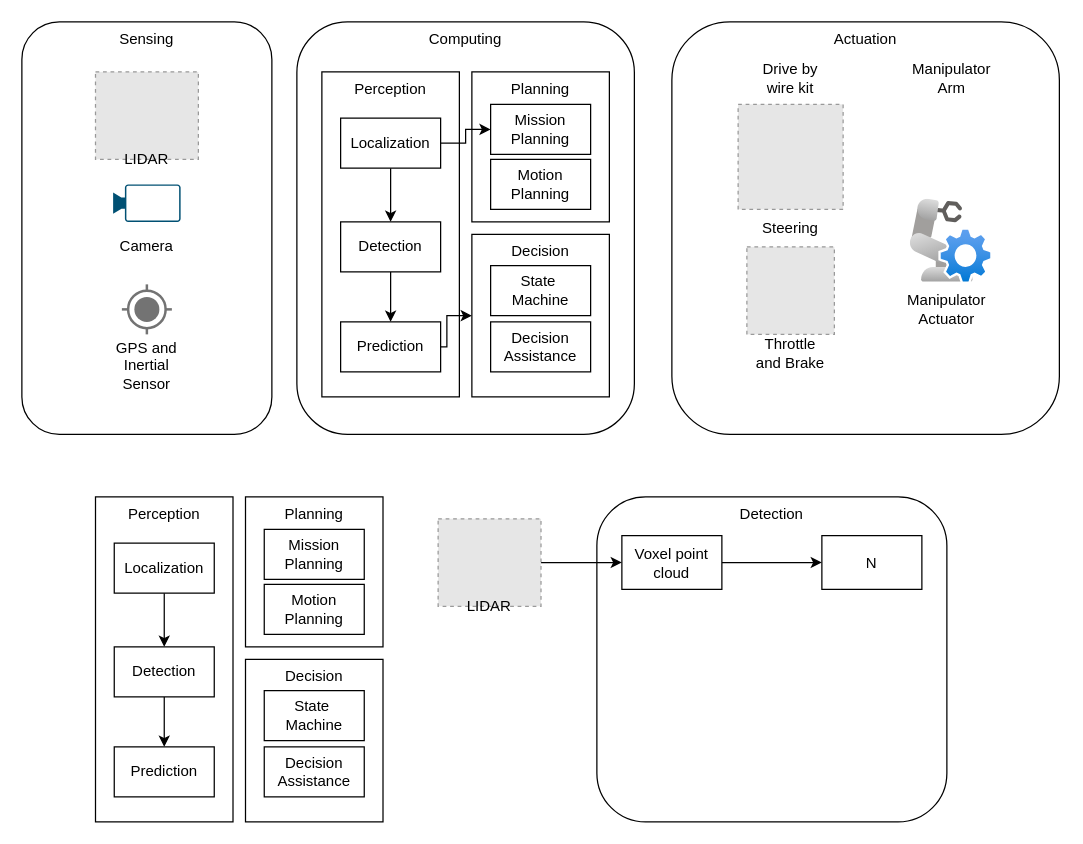
samiframadhan/drawio keeps this draw.io diagram as ADAS Hardware.drawio. Above is the earlier version. Source tidied: cells renumbered, new cells numbered last; positions are measured from the earlier drawing's top-left corner, leaving out a move shared by most shapes. Both pictures are drawn from the tidied source at 125%, with x=0, y=0 at pixel (21, 21). Pictures stored in the file or linked from it are replaced by grey dashed boxes.
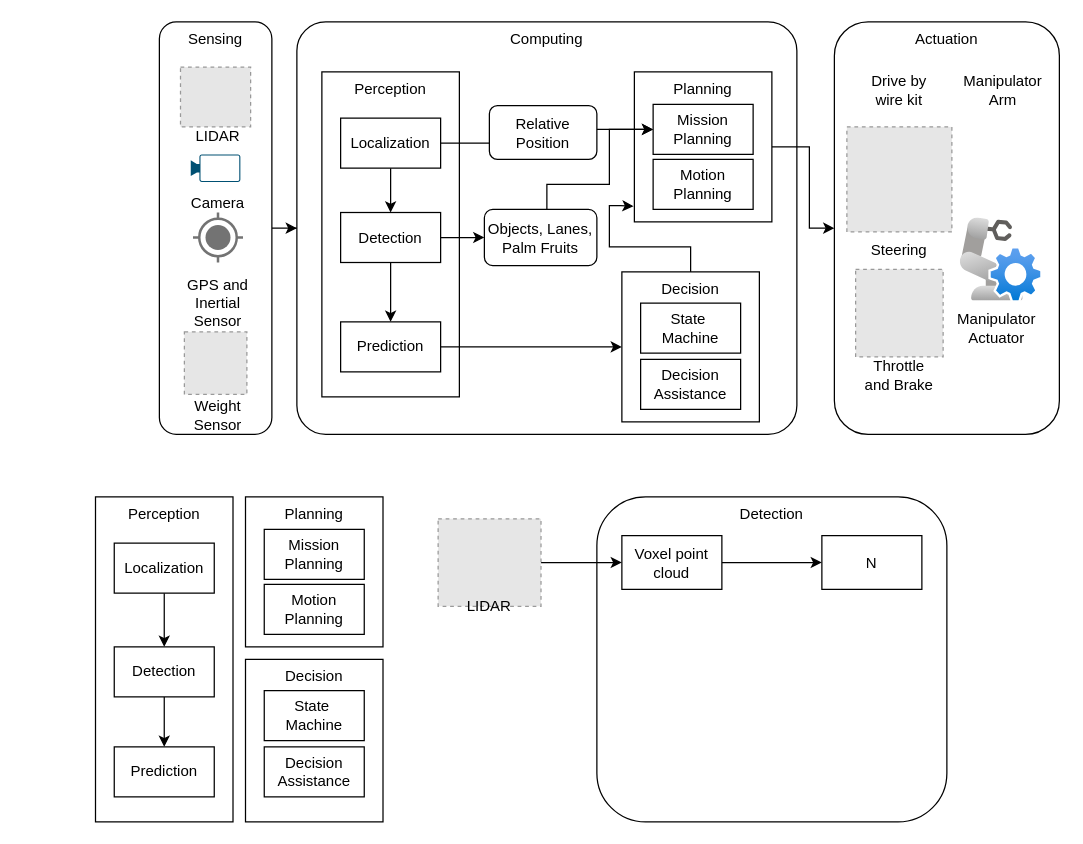
The same diagram, later.

The change refers to these unchanged cells:
```xml
<mxCell id="21" value="Prediction" style="rounded=0;whiteSpace=wrap;html=1;" parent="1" vertex="1">
  <mxGeometry x="255" y="240" width="80" height="40" as="geometry" />
</mxCell>
```

The edit, as a diff of the source:
```diff
@@
+    <mxCell id="52" style="edgeStyle=orthogonalEdgeStyle;rounded=0;jettySize=auto;html=1;entryX=0;entryY=0.5;entryDx=0;entryDy=0;" parent="1" edge="1" source="2" target="3">
+      <mxGeometry relative="1" as="geometry" />
+    </mxCell>
     <mxCell id="2" value="Sensing" style="rounded=1;whiteSpace=wrap;html=1;verticalAlign=top;" parent="1" vertex="1">
-      <mxGeometry width="200" height="330" as="geometry" />
+      <mxGeometry x="110" width="90" height="330" as="geometry" />
     </mxCell>
-    <mxCell id="3" value="Computing" style="rounded=1;whiteSpace=wrap;html=1;verticalAlign=top;" parent="1" vertex="1">
-      <mxGeometry x="220" width="270" height="330" as="geometry" />
+    <mxCell id="3" value="Computing" style="rounded=1;whiteSpace=wrap;html=1;verticalAlign=top;arcSize=7;" parent="1" vertex="1">
+      <mxGeometry x="220" width="400" height="330" as="geometry" />
     </mxCell>
     <mxCell id="4" value="Actuation" style="rounded=1;whiteSpace=wrap;html=1;verticalAlign=top;" parent="1" vertex="1">
-      <mxGeometry x="520" width="310" height="330" as="geometry" />
+      <mxGeometry x="650" width="180" height="330" as="geometry" />
     </mxCell>
     <mxCell id="5" style="fillColor=#E6E6E6;strokeColor=#999999;dashed=1;verticalLabelPosition=bottom;verticalAlign=top;" parent="1" vertex="1">
-      <mxGeometry x="58.9" y="40" width="82.3" height="70" as="geometry" />
+      <mxGeometry x="126.9" y="36.2" width="56.1" height="47.8" as="geometry" />
     </mxCell>
     <mxCell id="6" style="verticalLabelPosition=bottom;sketch=0;html=1;verticalAlign=top;align=center;shape=mxgraph.cisco19.camera;fillColor=#005073;strokeColor=none;" parent="1" vertex="1">
-      <mxGeometry x="73" y="130" width="54" height="30" as="geometry" />
+      <mxGeometry x="135.1" y="106" width="39.7" height="22.1" as="geometry" />
     </mxCell>
@@
+    <mxCell id="53" style="edgeStyle=orthogonalEdgeStyle;rounded=0;jettySize=auto;html=1;" parent="1" edge="1" source="8" target="4">
+      <mxGeometry relative="1" as="geometry">
+        <Array as="points">
+          <mxPoint x="630" y="100" />
+          <mxPoint x="630" y="165" />
+        </Array>
+      </mxGeometry>
+    </mxCell>
     <mxCell id="8" value="Planning" style="rounded=0;whiteSpace=wrap;html=1;verticalAlign=top;" parent="1" vertex="1">
-      <mxGeometry x="360" y="40" width="110" height="120" as="geometry" />
+      <mxGeometry x="490" y="40" width="110" height="120" as="geometry" />
     </mxCell>
+    <mxCell id="54" style="edgeStyle=orthogonalEdgeStyle;rounded=0;jettySize=auto;html=1;entryX=-0.006;entryY=0.895;entryDx=0;entryDy=0;entryPerimeter=0;" parent="1" edge="1" source="9" target="8">
+      <mxGeometry relative="1" as="geometry">
+        <Array as="points">
+          <mxPoint x="535" y="180" />
+          <mxPoint x="470" y="180" />
+          <mxPoint x="470" y="147" />
+          <mxPoint x="479" y="147" />
+        </Array>
+      </mxGeometry>
+    </mxCell>
     <mxCell id="9" value="Decision" style="rounded=0;whiteSpace=wrap;html=1;verticalAlign=top;" parent="1" vertex="1">
-      <mxGeometry x="360" y="170" width="110" height="130" as="geometry" />
+      <mxGeometry x="480" y="200" width="110" height="120" as="geometry" />
     </mxCell>
     <mxCell id="10" style="fillColor=#E6E6E6;strokeColor=#999999;dashed=1;verticalLabelPosition=bottom;verticalAlign=top;" parent="1" vertex="1">
-      <mxGeometry x="573" y="66" width="84" height="84" as="geometry" />
+      <mxGeometry x="660" y="84" width="84" height="84" as="geometry" />
     </mxCell>
     <mxCell id="11" style="fillColor=#E6E6E6;strokeColor=#999999;dashed=1;verticalLabelPosition=bottom;verticalAlign=top;" parent="1" vertex="1">
-      <mxGeometry x="580" y="180" width="70" height="70" as="geometry" />
+      <mxGeometry x="667" y="198" width="70" height="70" as="geometry" />
     </mxCell>
     <mxCell id="12" value="Drive by wire kit" style="text;html=1;align=center;verticalAlign=middle;whiteSpace=wrap;rounded=0;" parent="1" vertex="1">
-      <mxGeometry x="585" y="30" width="60" height="30" as="geometry" />
+      <mxGeometry x="672" y="40" width="60" height="30" as="geometry" />
     </mxCell>
     <mxCell id="13" value="LIDAR" style="text;html=1;align=center;verticalAlign=middle;whiteSpace=wrap;rounded=0;" parent="1" vertex="1">
-      <mxGeometry x="70" y="95" width="60" height="30" as="geometry" />
+      <mxGeometry x="126.9" y="77" width="60" height="30" as="geometry" />
     </mxCell>
     <mxCell id="14" value="Camera" style="text;html=1;align=center;verticalAlign=middle;whiteSpace=wrap;rounded=0;" parent="1" vertex="1">
-      <mxGeometry x="70" y="165" width="60" height="30" as="geometry" />
+      <mxGeometry x="126.9" y="130" width="60" height="30" as="geometry" />
     </mxCell>
@@
+    <mxCell id="55" style="edgeStyle=orthogonalEdgeStyle;rounded=0;jettySize=auto;html=1;entryX=0;entryY=0.5;entryDx=0;entryDy=0;" parent="1" edge="1" source="19" target="57">
+      <mxGeometry relative="1" as="geometry" />
+    </mxCell>
     <mxCell id="19" value="Detection" style="rounded=0;whiteSpace=wrap;html=1;" parent="1" vertex="1">
-      <mxGeometry x="255" y="160" width="80" height="40" as="geometry" />
+      <mxGeometry x="255" y="152.5" width="80" height="40" as="geometry" />
     </mxCell>
     <mxCell id="20" style="edgeStyle=orthogonalEdgeStyle;rounded=0;jettySize=auto;html=1;entryX=0;entryY=0.5;entryDx=0;entryDy=0;" parent="1" edge="1" source="21" target="9">
       <mxGeometry relative="1" as="geometry">
         <Array as="points">
-          <mxPoint x="340" y="260" />
-          <mxPoint x="340" y="235" />
+          <mxPoint x="360" y="260" />
+          <mxPoint x="360" y="260" />
         </Array>
       </mxGeometry>
     </mxCell>
@@
     <mxCell id="22" value="Mission Planning" style="rounded=0;whiteSpace=wrap;html=1;" parent="1" vertex="1">
-      <mxGeometry x="375" y="66" width="80" height="40" as="geometry" />
+      <mxGeometry x="505" y="66" width="80" height="40" as="geometry" />
     </mxCell>
     <mxCell id="23" value="Motion Planning" style="rounded=0;whiteSpace=wrap;html=1;" parent="1" vertex="1">
-      <mxGeometry x="375" y="110" width="80" height="40" as="geometry" />
+      <mxGeometry x="505" y="110" width="80" height="40" as="geometry" />
     </mxCell>
     <mxCell id="24" value="Steering" style="text;html=1;align=center;verticalAlign=middle;whiteSpace=wrap;rounded=0;" parent="1" vertex="1">
-      <mxGeometry x="585" y="150" width="60" height="30" as="geometry" />
+      <mxGeometry x="672" y="168" width="60" height="30" as="geometry" />
     </mxCell>
     <mxCell id="25" value="Throttle and Brake" style="text;html=1;align=center;verticalAlign=middle;whiteSpace=wrap;rounded=0;" parent="1" vertex="1">
-      <mxGeometry x="585" y="250" width="60" height="30" as="geometry" />
+      <mxGeometry x="672" y="268" width="60" height="30" as="geometry" />
     </mxCell>
     <mxCell id="26" style="html=1;dashed=0;verticalLabelPosition=bottom;verticalAlign=top;align=center;shape=mxgraph.gmdl.gps;strokeColor=#737373;fillColor=#737373;shadow=0;strokeWidth=2;sketch=0;" parent="1" vertex="1">
-      <mxGeometry x="80" y="210" width="40" height="40" as="geometry" />
+      <mxGeometry x="136.9" y="152.5" width="40" height="40" as="geometry" />
     </mxCell>
     <mxCell id="27" value="GPS and Inertial Sensor" style="text;html=1;align=center;verticalAlign=middle;whiteSpace=wrap;rounded=0;" parent="1" vertex="1">
-      <mxGeometry x="70" y="260" width="60" height="30" as="geometry" />
+      <mxGeometry x="126.9" y="210" width="60" height="30" as="geometry" />
     </mxCell>
     <mxCell id="28" value="&lt;div&gt;State&amp;nbsp;&lt;/div&gt;&lt;div&gt;Machine&lt;/div&gt;" style="rounded=0;whiteSpace=wrap;html=1;" parent="1" vertex="1">
-      <mxGeometry x="375" y="195" width="80" height="40" as="geometry" />
+      <mxGeometry x="495" y="225" width="80" height="40" as="geometry" />
     </mxCell>
     <mxCell id="29" value="Decision Assistance" style="rounded=0;whiteSpace=wrap;html=1;" parent="1" vertex="1">
-      <mxGeometry x="375" y="240" width="80" height="40" as="geometry" />
+      <mxGeometry x="495" y="270" width="80" height="40" as="geometry" />
     </mxCell>
     <mxCell id="30" style="image;html=1;align=center;fontSize=12;image=img/lib/azure2/other/Defender_Robot_Controller.svg;" parent="1" vertex="1">
-      <mxGeometry x="710.9" y="142" width="66.2" height="68" as="geometry" />
+      <mxGeometry x="750.9" y="157" width="66.2" height="68" as="geometry" />
     </mxCell>
     <mxCell id="31" value="Manipulator Arm" style="text;html=1;align=center;verticalAlign=middle;whiteSpace=wrap;rounded=0;" parent="1" vertex="1">
-      <mxGeometry x="712" y="30" width="64" height="30" as="geometry" />
+      <mxGeometry x="753.1" y="40" width="64" height="30" as="geometry" />
     </mxCell>
     <mxCell id="32" value="Manipulator Actuator" style="text;html=1;align=center;verticalAlign=middle;whiteSpace=wrap;rounded=0;" parent="1" vertex="1">
-      <mxGeometry x="710" y="215" width="60" height="30" as="geometry" />
+      <mxGeometry x="750" y="230" width="60" height="30" as="geometry" />
     </mxCell>
@@
+    <mxCell id="56" style="edgeStyle=orthogonalEdgeStyle;rounded=0;jettySize=auto;html=1;entryX=0;entryY=0.5;entryDx=0;entryDy=0;" parent="1" edge="1" source="57" target="22">
+      <mxGeometry relative="1" as="geometry">
+        <Array as="points">
+          <mxPoint x="420" y="130" />
+          <mxPoint x="470" y="130" />
+          <mxPoint x="470" y="86" />
+        </Array>
+      </mxGeometry>
+    </mxCell>
+    <mxCell id="57" value="Objects, Lanes, Palm Fruits" style="rounded=1;whiteSpace=wrap;html=1;" parent="1" vertex="1">
+      <mxGeometry x="370" y="150" width="90" height="45" as="geometry" />
+    </mxCell>
+    <mxCell id="58" value="Relative Position" style="rounded=1;whiteSpace=wrap;html=1;" parent="1" vertex="1">
+      <mxGeometry x="374" y="67" width="86" height="43" as="geometry" />
+    </mxCell>
+    <mxCell id="59" style="fillColor=#E6E6E6;strokeColor=#999999;dashed=1;html=1;verticalAlign=top;verticalLabelPosition=bottom;labelBackgroundColor=#ffffff;" parent="1" vertex="1">
+      <mxGeometry x="130" y="248" width="50" height="50" as="geometry" />
+    </mxCell>
+    <mxCell id="60" value="Weight Sensor" style="text;html=1;align=center;verticalAlign=middle;whiteSpace=wrap;rounded=0;" parent="1" vertex="1">
+      <mxGeometry x="126.9" y="300" width="60" height="30" as="geometry" />
+    </mxCell>
```
